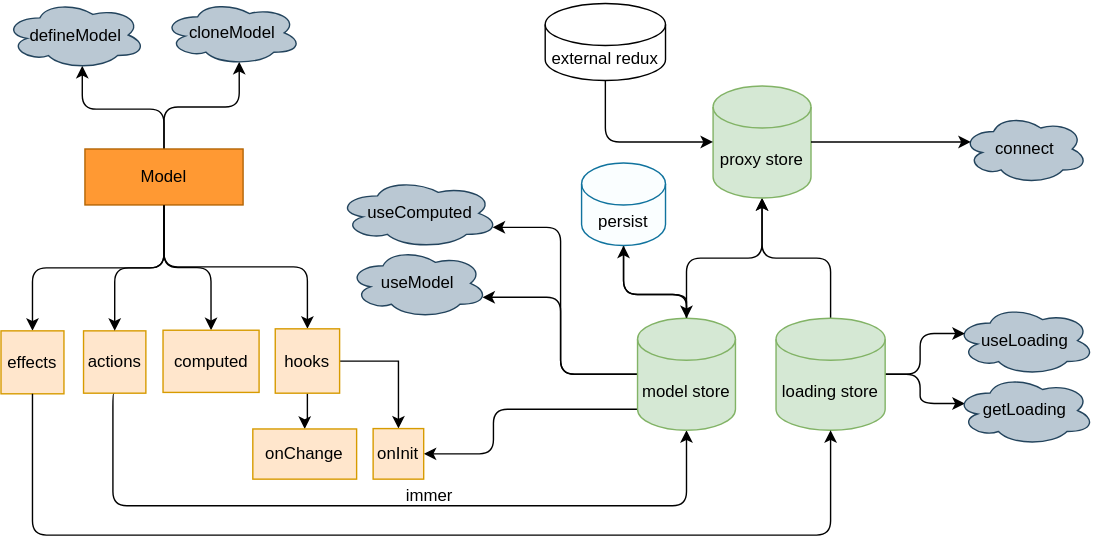
Above: docs/mindMap.svg in foca-js/foca (draw.io), before the change. Source tidied: cells renumbered, new cells last; positions are measured from the earlier drawing's top-left corner, leaving out a move shared by most shapes.
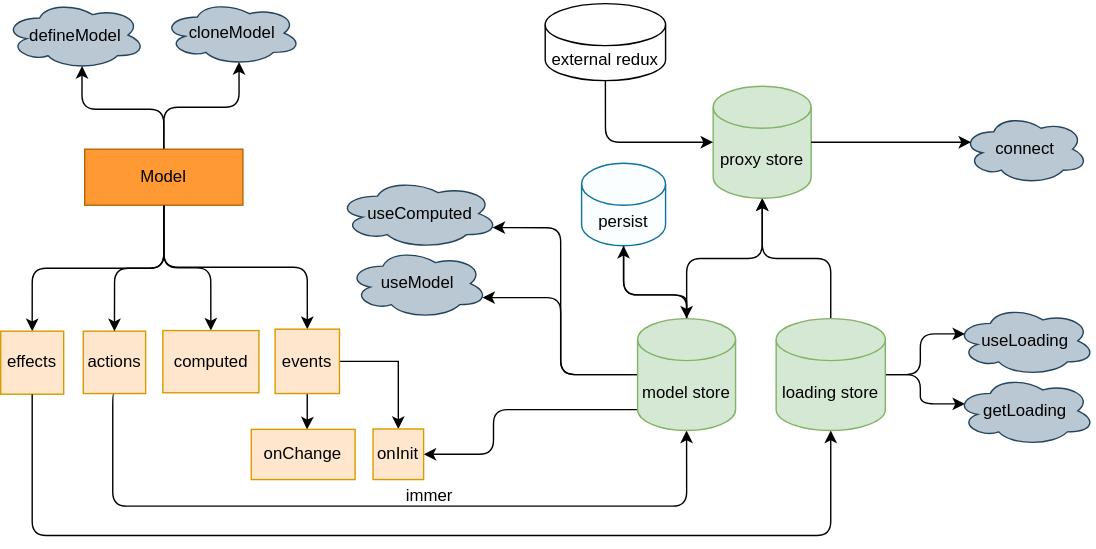
After the commit.

Commit message:
refactor: rename option hooks to events

The edit, as a diff of the source:
```diff
@@ -37,10 +37,10 @@
     <mxCell id="11" style="edgeStyle=orthogonalEdgeStyle;rounded=0;jettySize=auto;html=1;fontSize=16;" parent="1" edge="1" source="13" target="31">
       <mxGeometry relative="1" as="geometry" />
     </mxCell>
-    <mxCell id="12" style="edgeStyle=orthogonalEdgeStyle;rounded=0;jettySize=auto;html=1;entryX=0.5;entryY=0;entryDx=0;entryDy=0;" parent="1" edge="1" source="13" target="39">
+    <mxCell id="12" style="edgeStyle=orthogonalEdgeStyle;rounded=0;jettySize=auto;html=1;entryX=0.537;entryY=0.001;entryDx=0;entryDy=0;entryPerimeter=0;" parent="1" edge="1" source="13" target="39">
       <mxGeometry relative="1" as="geometry" />
     </mxCell>
-    <mxCell id="13" value="hooks" style="whiteSpace=wrap;html=1;fillColor=#ffe6cc;strokeColor=#d79b00;" parent="1" vertex="1">
+    <mxCell id="13" value="events" style="whiteSpace=wrap;html=1;fillColor=#ffe6cc;strokeColor=#d79b00;" parent="1" vertex="1">
       <mxGeometry x="196" y="234.5" width="46" height="46" as="geometry" />
     </mxCell>
     <mxCell id="14" value="connect" style="ellipse;shape=cloud;whiteSpace=wrap;html=1;shadow=0;fillColor=#bac8d3;strokeColor=#23445d;" parent="1" vertex="1">
@@ -148,7 +148,7 @@
       <mxGeometry x="266" y="343" width="80" height="22" as="geometry" />
     </mxCell>
     <mxCell id="39" value="&lt;span&gt;onChange&lt;/span&gt;" style="whiteSpace=wrap;html=1;fillColor=#ffe6cc;strokeColor=#d79b00;" parent="1" vertex="1">
-      <mxGeometry x="180" y="306.1" width="74.2" height="35.9" as="geometry" />
+      <mxGeometry x="179" y="306.1" width="74.2" height="35.9" as="geometry" />
     </mxCell>
     <mxCell id="40" style="edgeStyle=orthogonalEdgeStyle;rounded=1;jettySize=auto;html=1;exitX=0.5;exitY=1;exitDx=0;exitDy=0;entryX=0.5;entryY=0;entryDx=0;entryDy=0;" parent="1" edge="1" source="9" target="41">
       <mxGeometry relative="1" as="geometry" />
```
